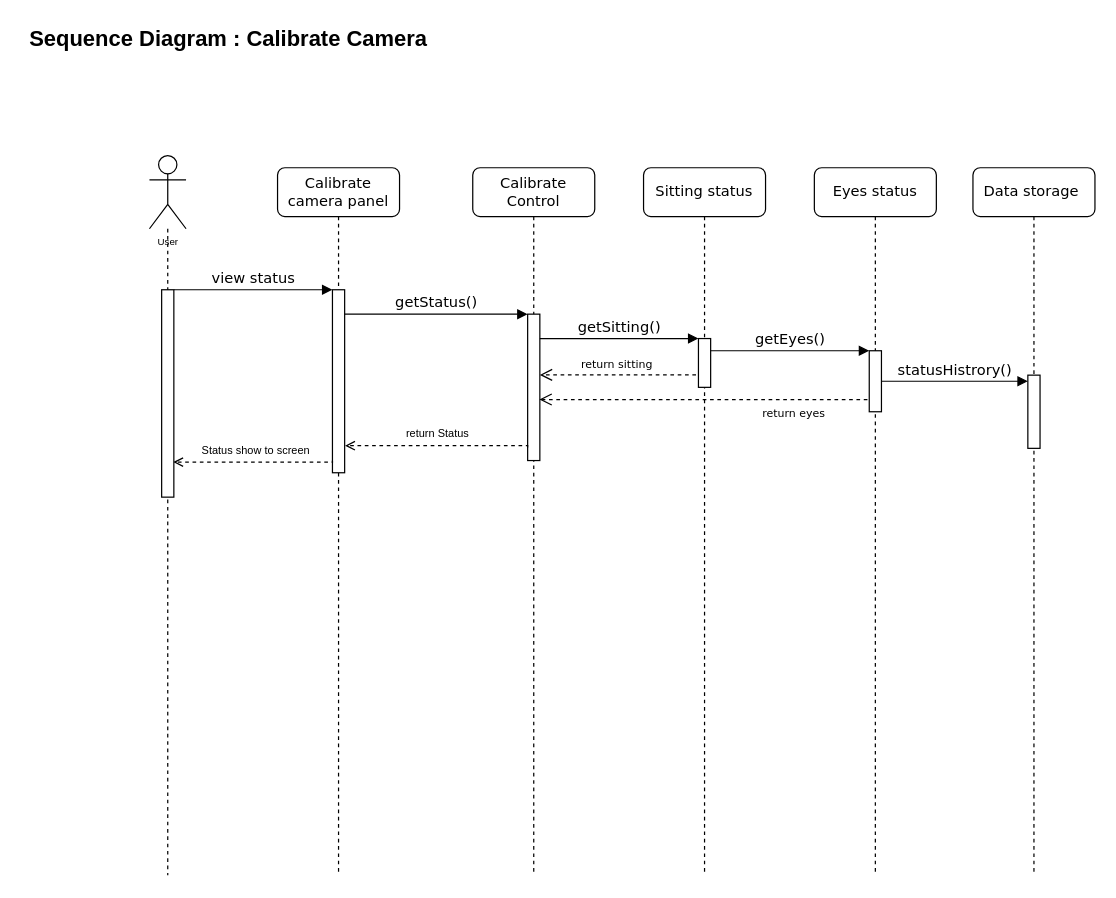
Earlier version of the draw.io diagram page "Calibrate Camera" (5 of 5) of Sequence_diagram.drawio (astrrr/Right-posture). Source tidied: cells renumbered, new cells numbered last; positions are measured from the earlier drawing's top-left corner, leaving out a move shared by most shapes. Both pictures are drawn from the tidied source at 122%, with x=0, y=0 at pixel (21, 21).
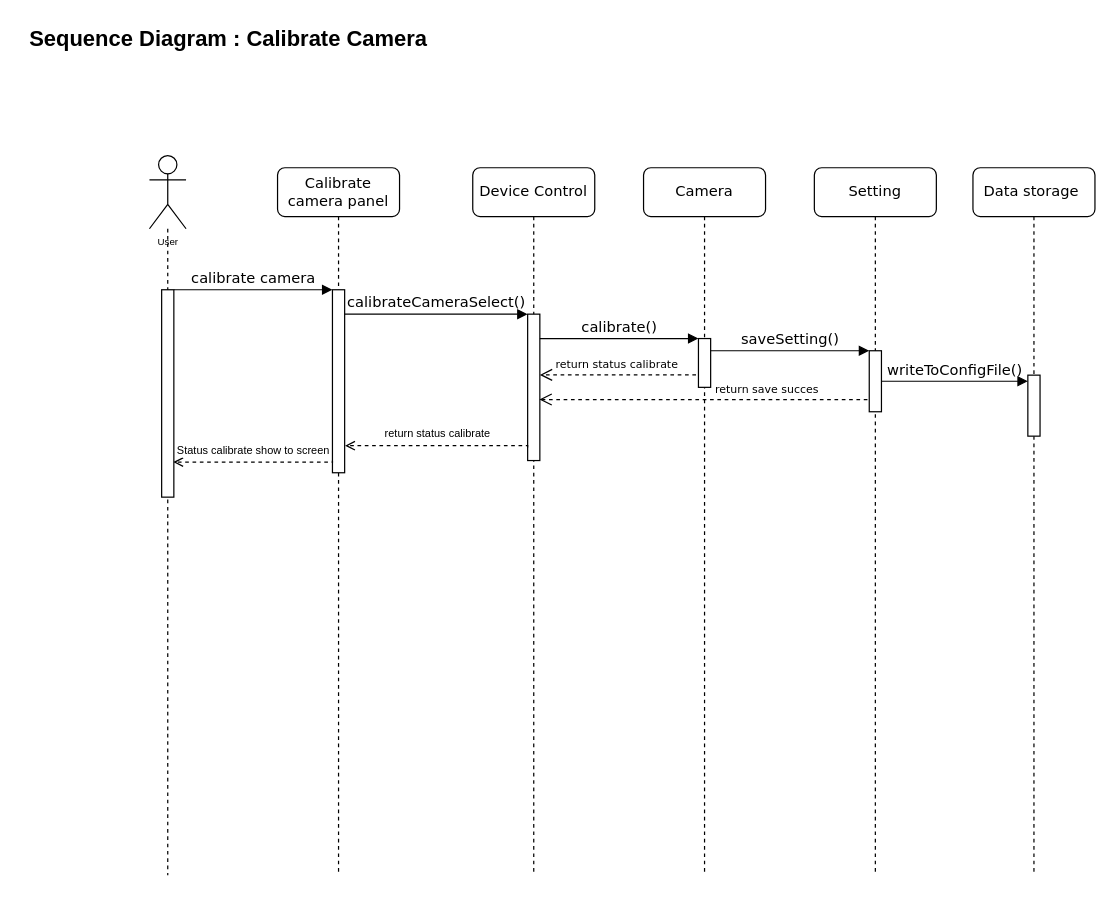
Above is the later version.

Commit message:
add Calibrate camera flow

Unchanged cells that the change refers to:
```xml
<mxCell id="4" style="html=1;points=[];perimeter=orthogonalPerimeter;rounded=0;shadow=0;comic=0;labelBackgroundColor=none;strokeWidth=1;fontFamily=Verdana;fontSize=12;align=center;" parent="3" vertex="1">
  <mxGeometry x="45" y="100" width="10" height="150" as="geometry" />
</mxCell>
<mxCell id="5" style="edgeStyle=orthogonalEdgeStyle;rounded=0;jettySize=auto;html=1;fontSize=18;endArrow=open;endFill=0;dashed=1;entryX=0.949;entryY=0.831;entryDx=0;entryDy=0;entryPerimeter=0;" parent="3" edge="1" target="24">
  <mxGeometry relative="1" as="geometry">
    <mxPoint x="45" y="241" as="sourcePoint" />
    <Array as="points">
      <mxPoint x="45" y="240" />
      <mxPoint x="45" y="241" />
    </Array>
  </mxGeometry>
</mxCell>
<mxCell id="8" style="html=1;points=[];perimeter=orthogonalPerimeter;rounded=0;shadow=0;comic=0;labelBackgroundColor=none;strokeWidth=1;fontFamily=Verdana;fontSize=12;align=center;" parent="7" vertex="1">
  <mxGeometry x="45" y="120" width="10" height="120" as="geometry" />
</mxCell>
<mxCell id="11" style="html=1;points=[];perimeter=orthogonalPerimeter;rounded=0;shadow=0;comic=0;labelBackgroundColor=none;strokeWidth=1;fontFamily=Verdana;fontSize=12;align=center;" parent="1" vertex="1">
  <mxGeometry x="555" y="260" width="10" height="40" as="geometry" />
</mxCell>
<mxCell id="17" style="edgeStyle=orthogonalEdgeStyle;rounded=0;jettySize=auto;html=1;fontSize=18;endArrow=open;endFill=0;dashed=1;exitX=-0.003;exitY=0.911;exitDx=0;exitDy=0;exitPerimeter=0;entryX=1.035;entryY=0.852;entryDx=0;entryDy=0;entryPerimeter=0;" parent="1" edge="1" source="8" target="4">
  <mxGeometry relative="1" as="geometry">
    <Array as="points">
      <mxPoint x="415" y="348" />
    </Array>
  </mxGeometry>
</mxCell>
<mxCell id="19" value="Data storage&amp;nbsp;" style="shape=umlLifeline;perimeter=lifelinePerimeter;whiteSpace=wrap;html=1;rounded=1;shadow=0;comic=0;labelBackgroundColor=none;strokeWidth=1;fontFamily=Verdana;fontSize=12;align=center;" parent="1" vertex="1">
  <mxGeometry x="780" y="120" width="100" height="580" as="geometry" />
</mxCell>
<mxCell id="24" style="html=1;points=[];perimeter=orthogonalPerimeter;rounded=0;shadow=0;comic=0;labelBackgroundColor=none;strokeWidth=1;fontFamily=Verdana;fontSize=12;align=center;" parent="1" vertex="1">
  <mxGeometry x="115" y="220" width="10" height="170" as="geometry" />
</mxCell>
<mxCell id="26" style="html=1;points=[];perimeter=orthogonalPerimeter;rounded=0;shadow=0;comic=0;labelBackgroundColor=none;strokeWidth=1;fontFamily=Verdana;fontSize=12;align=center;" parent="1" vertex="1">
  <mxGeometry x="695" y="270" width="10" height="50" as="geometry" />
</mxCell>
```

Diff of the diagram source:
```diff
@@
-    <mxCell id="6" value="Status show to screen" style="edgeLabel;html=1;align=center;verticalAlign=middle;fontSize=9;" parent="5" vertex="1">
+    <mxCell id="6" value="Status calibrate show to screen" style="edgeLabel;html=1;align=center;verticalAlign=middle;fontSize=9;" parent="5" vertex="1">
       <mxGeometry x="0.17" y="1" relative="1" as="geometry">
-        <mxPoint x="12" y="-11" as="offset" />
+        <mxPoint x="10" y="-11" as="offset" />
       </mxGeometry>
     </mxCell>
-    <mxCell id="7" value="Calibrate Control" style="shape=umlLifeline;perimeter=lifelinePerimeter;whiteSpace=wrap;html=1;rounded=1;shadow=0;comic=0;labelBackgroundColor=none;strokeWidth=1;fontFamily=Verdana;fontSize=12;align=center;" parent="1" vertex="1">
+    <mxCell id="7" value="Device Control" style="shape=umlLifeline;perimeter=lifelinePerimeter;whiteSpace=wrap;html=1;rounded=1;shadow=0;comic=0;labelBackgroundColor=none;strokeWidth=1;fontFamily=Verdana;fontSize=12;align=center;" parent="1" vertex="1">
       <mxGeometry x="370" y="120" width="100" height="580" as="geometry" />
     </mxCell>
@@
-    <mxCell id="9" value="Sitting status" style="shape=umlLifeline;perimeter=lifelinePerimeter;whiteSpace=wrap;html=1;rounded=1;shadow=0;comic=0;labelBackgroundColor=none;strokeWidth=1;fontFamily=Verdana;fontSize=12;align=center;" parent="1" vertex="1">
+    <mxCell id="9" value="Camera" style="shape=umlLifeline;perimeter=lifelinePerimeter;whiteSpace=wrap;html=1;rounded=1;shadow=0;comic=0;labelBackgroundColor=none;strokeWidth=1;fontFamily=Verdana;fontSize=12;align=center;" parent="1" vertex="1">
       <mxGeometry x="510" y="120" width="100" height="580" as="geometry" />
     </mxCell>
-    <mxCell id="10" value="&lt;font style=&quot;font-size: 9px&quot;&gt;return sitting&lt;/font&gt;" style="html=1;verticalAlign=bottom;endArrow=open;dashed=1;endSize=8;labelBackgroundColor=none;fontFamily=Verdana;fontSize=12;edgeStyle=elbowEdgeStyle;elbow=vertical;" parent="9" edge="1">
+    <mxCell id="10" value="&lt;font style=&quot;font-size: 9px&quot;&gt;return status calibrate&lt;/font&gt;" style="html=1;verticalAlign=bottom;endArrow=open;dashed=1;endSize=8;labelBackgroundColor=none;fontFamily=Verdana;fontSize=12;edgeStyle=elbowEdgeStyle;elbow=vertical;" parent="9" edge="1">
       <mxGeometry x="0.01" relative="1" as="geometry">
         <mxPoint x="43" y="169.8" as="sourcePoint" />
         <mxPoint x="-85" y="169.8" as="targetPoint" />
         <Array as="points">
           <mxPoint x="-1" y="169.8" />
           <mxPoint x="29" y="169.8" />
           <mxPoint x="-41" y="169.8" />
           <mxPoint x="315" y="169.8" />
           <mxPoint x="159" y="169.8" />
           <mxPoint x="-31" y="135.8" />
           <mxPoint x="-21" y="129.8" />
           <mxPoint x="129" y="129.8" />
           <mxPoint x="159" y="129.8" />
         </Array>
       </mxGeometry>
     </mxCell>
@@
-    <mxCell id="12" value="getSitting()" style="html=1;verticalAlign=bottom;endArrow=block;labelBackgroundColor=none;fontFamily=Verdana;fontSize=12;edgeStyle=elbowEdgeStyle;elbow=vertical;" parent="1" edge="1" source="8" target="11">
+    <mxCell id="12" value="calibrate()" style="html=1;verticalAlign=bottom;endArrow=block;labelBackgroundColor=none;fontFamily=Verdana;fontSize=12;edgeStyle=elbowEdgeStyle;elbow=vertical;" parent="1" edge="1" source="8" target="11">
       <mxGeometry relative="1" as="geometry">
         <Array as="points">
           <mxPoint x="430" y="260" />
         </Array>
       </mxGeometry>
     </mxCell>
-    <mxCell id="13" value="getEyes()" style="html=1;verticalAlign=bottom;endArrow=block;entryX=0;entryY=0;labelBackgroundColor=none;fontFamily=Verdana;fontSize=12;edgeStyle=elbowEdgeStyle;elbow=vertical;" parent="1" edge="1" source="11" target="26">
+    <mxCell id="13" value="saveSetting()" style="html=1;verticalAlign=bottom;endArrow=block;entryX=0;entryY=0;labelBackgroundColor=none;fontFamily=Verdana;fontSize=12;edgeStyle=elbowEdgeStyle;elbow=vertical;" parent="1" edge="1" source="11" target="26">
       <mxGeometry relative="1" as="geometry" />
     </mxCell>
-    <mxCell id="14" value="view status" style="html=1;verticalAlign=bottom;endArrow=block;entryX=0;entryY=0;labelBackgroundColor=none;fontFamily=Verdana;fontSize=12;edgeStyle=elbowEdgeStyle;elbow=vertical;" parent="1" edge="1" source="24" target="4">
+    <mxCell id="14" value="calibrate camera" style="html=1;verticalAlign=bottom;endArrow=block;entryX=0;entryY=0;labelBackgroundColor=none;fontFamily=Verdana;fontSize=12;edgeStyle=elbowEdgeStyle;elbow=vertical;" parent="1" edge="1" source="24" target="4">
       <mxGeometry relative="1" as="geometry" />
     </mxCell>
-    <mxCell id="15" value="getStatus()" style="html=1;verticalAlign=bottom;endArrow=block;entryX=0;entryY=0;labelBackgroundColor=none;fontFamily=Verdana;fontSize=12;edgeStyle=elbowEdgeStyle;elbow=vertical;" parent="1" edge="1" source="4" target="8">
+    <mxCell id="15" value="calibrateCameraSelect()" style="html=1;verticalAlign=bottom;endArrow=block;entryX=0;entryY=0;labelBackgroundColor=none;fontFamily=Verdana;fontSize=12;edgeStyle=elbowEdgeStyle;elbow=vertical;" parent="1" edge="1" source="4" target="8">
       <mxGeometry relative="1" as="geometry" />
     </mxCell>
-    <mxCell id="16" value="Eyes status" style="shape=umlLifeline;perimeter=lifelinePerimeter;whiteSpace=wrap;html=1;outlineConnect=0;rounded=1;shadow=0;comic=0;labelBackgroundColor=none;strokeWidth=1;fontFamily=Verdana;fontSize=12;align=center;" parent="1" vertex="1">
+    <mxCell id="16" value="Setting" style="shape=umlLifeline;perimeter=lifelinePerimeter;whiteSpace=wrap;html=1;outlineConnect=0;rounded=1;shadow=0;comic=0;labelBackgroundColor=none;strokeWidth=1;fontFamily=Verdana;fontSize=12;align=center;" parent="1" vertex="1">
       <mxGeometry x="650" y="120" width="100" height="580" as="geometry" />
     </mxCell>
@@
-    <mxCell id="18" value="return Status" style="edgeLabel;html=1;align=center;verticalAlign=middle;fontSize=9;" parent="17" vertex="1">
+    <mxCell id="18" value="return status calibrate" style="edgeLabel;html=1;align=center;verticalAlign=middle;fontSize=9;" parent="17" vertex="1">
       <mxGeometry x="0.17" y="1" relative="1" as="geometry">
         <mxPoint x="12" y="-11" as="offset" />
       </mxGeometry>
     </mxCell>
@@
     <mxCell id="20" style="html=1;perimeter=orthogonalPerimeter;" parent="19" vertex="1">
-      <mxGeometry x="45" y="170" width="10" height="60" as="geometry" />
+      <mxGeometry x="45" y="170" width="10" height="50" as="geometry" />
     </mxCell>
-    <mxCell id="21" value="statusHistrory()" style="html=1;verticalAlign=bottom;endArrow=block;entryX=0;entryY=0;labelBackgroundColor=none;fontFamily=Verdana;fontSize=12;edgeStyle=elbowEdgeStyle;elbow=vertical;" parent="19" edge="1">
+    <mxCell id="21" value="writeToConfigFile()" style="html=1;verticalAlign=bottom;endArrow=block;entryX=0;entryY=0;labelBackgroundColor=none;fontFamily=Verdana;fontSize=12;edgeStyle=elbowEdgeStyle;elbow=vertical;" parent="19" edge="1">
       <mxGeometry relative="1" as="geometry">
         <mxPoint x="-75" y="175" as="sourcePoint" />
         <mxPoint x="45" y="174.8" as="targetPoint" />
         <Array as="points">
           <mxPoint x="10" y="175" />
         </Array>
       </mxGeometry>
     </mxCell>
@@
-    <mxCell id="25" value="&lt;font style=&quot;font-size: 9px&quot;&gt;return eyes&lt;/font&gt;" style="html=1;verticalAlign=bottom;endArrow=open;dashed=1;endSize=8;labelBackgroundColor=none;fontFamily=Verdana;fontSize=12;edgeStyle=elbowEdgeStyle;elbow=vertical;entryX=0.965;entryY=0.583;entryDx=0;entryDy=0;entryPerimeter=0;" parent="1" edge="1" source="16" target="8">
-      <mxGeometry x="-0.51" y="20" relative="1" as="geometry">
+    <mxCell id="25" value="&lt;font style=&quot;font-size: 9px&quot;&gt;return save succes&lt;/font&gt;" style="html=1;verticalAlign=bottom;endArrow=open;dashed=1;endSize=8;labelBackgroundColor=none;fontFamily=Verdana;fontSize=12;edgeStyle=elbowEdgeStyle;elbow=vertical;entryX=0.965;entryY=0.583;entryDx=0;entryDy=0;entryPerimeter=0;" parent="1" edge="1" source="16" target="8">
+      <mxGeometry x="-0.35" relative="1" as="geometry">
         <Array as="points">
           <mxPoint x="650" y="310" />
           <mxPoint x="511" y="319.7" />
           <mxPoint x="541" y="319.7" />
           <mxPoint x="471" y="319.7" />
           <mxPoint x="827" y="319.7" />
           <mxPoint x="671" y="319.7" />
           <mxPoint x="481" y="285.7" />
           <mxPoint x="491" y="279.7" />
           <mxPoint x="641" y="279.7" />
           <mxPoint x="671" y="279.7" />
         </Array>
       </mxGeometry>
     </mxCell>
```
